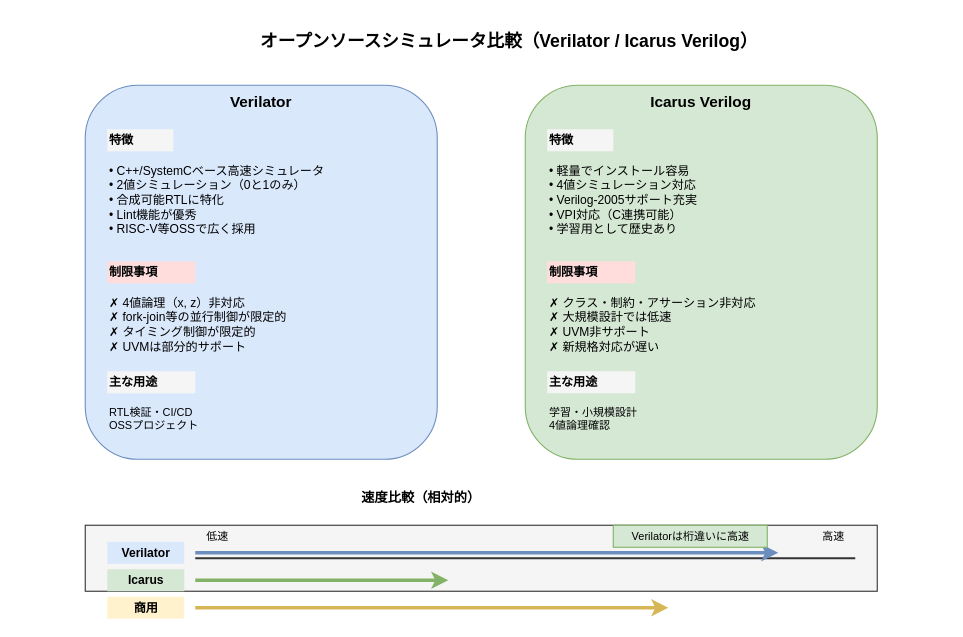
aquaxis/webdoc keeps this draw.io diagram as images/systemverilog-guidebook/ch02_opensource_simulators.drawio. Above is the earlier version. Source tidied: cells renumbered, new cells numbered last; positions are measured from the earlier drawing's top-left corner, leaving out a move shared by most shapes. Both pictures are drawn from the tidied source at 110%, with x=0, y=0 at pixel (85, 19).
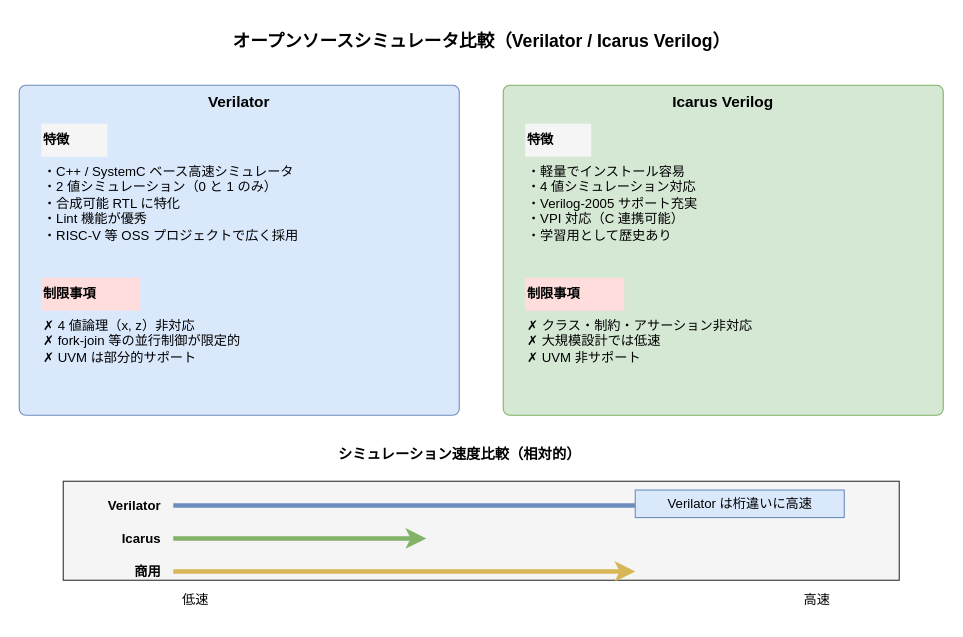
The same diagram, later.

The edit, as a diff of the source:
```diff
@@
     <mxCell id="2" value="&lt;b&gt;オープンソースシミュレータ比較（Verilator / Icarus Verilog）&lt;/b&gt;" style="text;html=1;align=center;verticalAlign=middle;strokeColor=none;fillColor=none;fontSize=16;" parent="1" vertex="1">
-      <mxGeometry x="110" width="550" height="40" as="geometry" />
+      <mxGeometry x="80" width="560" height="40" as="geometry" />
     </mxCell>
-    <mxCell id="3" value="&lt;b&gt;Verilator&lt;/b&gt;" style="rounded=1;whiteSpace=wrap;html=1;fillColor=#dae8fc;strokeColor=#6c8ebf;fontSize=14;verticalAlign=top;" parent="1" vertex="1">
-      <mxGeometry y="60" width="320" height="340" as="geometry" />
+    <mxCell id="3" value="&lt;b&gt;Verilator&lt;/b&gt;" style="rounded=1;arcSize=2;whiteSpace=wrap;html=1;fillColor=#dae8fc;strokeColor=#6c8ebf;fontSize=14;verticalAlign=top;" parent="1" vertex="1">
+      <mxGeometry x="-60" y="60" width="400" height="300" as="geometry" />
     </mxCell>
-    <mxCell id="4" value="&lt;b&gt;Icarus Verilog&lt;/b&gt;" style="rounded=1;whiteSpace=wrap;html=1;fillColor=#d5e8d4;strokeColor=#82b366;fontSize=14;verticalAlign=top;" parent="1" vertex="1">
-      <mxGeometry x="400" y="60" width="320" height="340" as="geometry" />
+    <mxCell id="4" value="&lt;b&gt;Icarus Verilog&lt;/b&gt;" style="rounded=1;arcSize=2;whiteSpace=wrap;html=1;fillColor=#d5e8d4;strokeColor=#82b366;fontSize=14;verticalAlign=top;" parent="1" vertex="1">
+      <mxGeometry x="380" y="60" width="400" height="300" as="geometry" />
     </mxCell>
-    <mxCell id="5" value="&lt;b&gt;特徴&lt;/b&gt;" style="text;html=1;align=left;verticalAlign=middle;strokeColor=none;fillColor=#f5f5f5;fontSize=11;fontStyle=1;" parent="1" vertex="1">
-      <mxGeometry x="20" y="100" width="60" height="20" as="geometry" />
+    <mxCell id="5" value="&lt;b&gt;特徴&lt;/b&gt;" style="text;html=1;align=left;verticalAlign=middle;strokeColor=none;fillColor=#f5f5f5;fontSize=12;fontStyle=1;" parent="1" vertex="1">
+      <mxGeometry x="-40" y="95" width="60" height="30" as="geometry" />
     </mxCell>
-    <mxCell id="6" value="• C++/SystemCベース高速シミュレータ&lt;br&gt;• 2値シミュレーション（0と1のみ）&lt;br&gt;• 合成可能RTLに特化&lt;br&gt;• Lint機能が優秀&lt;br&gt;• RISC-V等OSSで広く採用" style="text;html=1;align=left;verticalAlign=top;strokeColor=none;fillColor=none;fontSize=11;" parent="1" vertex="1">
-      <mxGeometry x="20" y="125" width="240" height="80" as="geometry" />
+    <mxCell id="6" value="・C++ / SystemC ベース高速シミュレータ&lt;br&gt;・2 値シミュレーション（0 と 1 のみ）&lt;br&gt;・合成可能 RTL に特化&lt;br&gt;・Lint 機能が優秀&lt;br&gt;・RISC-V 等 OSS プロジェクトで広く採用" style="text;html=1;align=left;verticalAlign=top;strokeColor=none;fillColor=none;fontSize=12;" parent="1" vertex="1">
+      <mxGeometry x="-40" y="125" width="340" height="100" as="geometry" />
     </mxCell>
-    <mxCell id="7" value="&lt;b&gt;特徴&lt;/b&gt;" style="text;html=1;align=left;verticalAlign=middle;strokeColor=none;fillColor=#f5f5f5;fontSize=11;fontStyle=1;" parent="1" vertex="1">
-      <mxGeometry x="420" y="100" width="60" height="20" as="geometry" />
+    <mxCell id="7" value="&lt;b&gt;特徴&lt;/b&gt;" style="text;html=1;align=left;verticalAlign=middle;strokeColor=none;fillColor=#f5f5f5;fontSize=12;fontStyle=1;" parent="1" vertex="1">
+      <mxGeometry x="400" y="95" width="60" height="30" as="geometry" />
     </mxCell>
-    <mxCell id="8" value="• 軽量でインストール容易&lt;br&gt;• 4値シミュレーション対応&lt;br&gt;• Verilog-2005サポート充実&lt;br&gt;• VPI対応（C連携可能）&lt;br&gt;• 学習用として歴史あり" style="text;html=1;align=left;verticalAlign=top;strokeColor=none;fillColor=none;fontSize=11;" parent="1" vertex="1">
-      <mxGeometry x="420" y="125" width="240" height="80" as="geometry" />
+    <mxCell id="8" value="・軽量でインストール容易&lt;br&gt;・4 値シミュレーション対応&lt;br&gt;・Verilog-2005 サポート充実&lt;br&gt;・VPI 対応（C 連携可能）&lt;br&gt;・学習用として歴史あり" style="text;html=1;align=left;verticalAlign=top;strokeColor=none;fillColor=none;fontSize=12;" parent="1" vertex="1">
+      <mxGeometry x="400" y="125" width="340" height="100" as="geometry" />
     </mxCell>
-    <mxCell id="9" value="&lt;b&gt;制限事項&lt;/b&gt;" style="text;html=1;align=left;verticalAlign=middle;strokeColor=none;fillColor=#ffdddd;fontSize=11;fontStyle=1;" parent="1" vertex="1">
-      <mxGeometry x="20" y="220" width="80" height="20" as="geometry" />
+    <mxCell id="9" value="&lt;b&gt;制限事項&lt;/b&gt;" style="text;html=1;align=left;verticalAlign=middle;strokeColor=none;fillColor=#ffdddd;fontSize=12;fontStyle=1;" parent="1" vertex="1">
+      <mxGeometry x="-40" y="235" width="90" height="30" as="geometry" />
     </mxCell>
-    <mxCell id="10" value="✗ 4値論理（x, z）非対応&lt;br&gt;✗ fork-join等の並行制御が限定的&lt;br&gt;✗ タイミング制御が限定的&lt;br&gt;✗ UVMは部分的サポート" style="text;html=1;align=left;verticalAlign=top;strokeColor=none;fillColor=none;fontSize=11;" parent="1" vertex="1">
-      <mxGeometry x="20" y="245" width="250" height="60" as="geometry" />
+    <mxCell id="10" value="✗ 4 値論理（x, z）非対応&lt;br&gt;✗ fork-join 等の並行制御が限定的&lt;br&gt;✗ UVM は部分的サポート" style="text;html=1;align=left;verticalAlign=top;strokeColor=none;fillColor=none;fontSize=12;" parent="1" vertex="1">
+      <mxGeometry x="-40" y="265" width="300" height="60" as="geometry" />
     </mxCell>
-    <mxCell id="11" value="&lt;b&gt;制限事項&lt;/b&gt;" style="text;html=1;align=left;verticalAlign=middle;strokeColor=none;fillColor=#ffdddd;fontSize=11;fontStyle=1;" parent="1" vertex="1">
-      <mxGeometry x="420" y="220" width="80" height="20" as="geometry" />
+    <mxCell id="11" value="&lt;b&gt;制限事項&lt;/b&gt;" style="text;html=1;align=left;verticalAlign=middle;strokeColor=none;fillColor=#ffdddd;fontSize=12;fontStyle=1;" parent="1" vertex="1">
+      <mxGeometry x="400" y="235" width="90" height="30" as="geometry" />
     </mxCell>
-    <mxCell id="12" value="✗ クラス・制約・アサーション非対応&lt;br&gt;✗ 大規模設計では低速&lt;br&gt;✗ UVM非サポート&lt;br&gt;✗ 新規格対応が遅い" style="text;html=1;align=left;verticalAlign=top;strokeColor=none;fillColor=none;fontSize=11;" parent="1" vertex="1">
-      <mxGeometry x="420" y="245" width="250" height="60" as="geometry" />
+    <mxCell id="12" value="✗ クラス・制約・アサーション非対応&lt;br&gt;✗ 大規模設計では低速&lt;br&gt;✗ UVM 非サポート" style="text;html=1;align=left;verticalAlign=top;strokeColor=none;fillColor=none;fontSize=12;" parent="1" vertex="1">
+      <mxGeometry x="400" y="265" width="300" height="60" as="geometry" />
     </mxCell>
-    <mxCell id="13" value="&lt;b&gt;主な用途&lt;/b&gt;" style="text;html=1;align=left;verticalAlign=middle;strokeColor=none;fillColor=#f5f5f5;fontSize=11;fontStyle=1;" parent="1" vertex="1">
-      <mxGeometry x="20" y="320" width="80" height="20" as="geometry" />
-    </mxCell>
-    <mxCell id="14" value="RTL検証・CI/CD&lt;br&gt;OSSプロジェクト" style="text;html=1;align=left;verticalAlign=top;strokeColor=none;fillColor=none;fontSize=10;" parent="1" vertex="1">
-      <mxGeometry x="20" y="345" width="140" height="30" as="geometry" />
-    </mxCell>
-    <mxCell id="15" value="&lt;b&gt;主な用途&lt;/b&gt;" style="text;html=1;align=left;verticalAlign=middle;strokeColor=none;fillColor=#f5f5f5;fontSize=11;fontStyle=1;" parent="1" vertex="1">
-      <mxGeometry x="420" y="320" width="80" height="20" as="geometry" />
-    </mxCell>
-    <mxCell id="16" value="学習・小規模設計&lt;br&gt;4値論理確認" style="text;html=1;align=left;verticalAlign=top;strokeColor=none;fillColor=none;fontSize=10;" parent="1" vertex="1">
-      <mxGeometry x="420" y="345" width="140" height="30" as="geometry" />
-    </mxCell>
-    <mxCell id="17" value="&lt;b&gt;速度比較（相対的）&lt;/b&gt;" style="text;html=1;align=center;verticalAlign=middle;strokeColor=none;fillColor=none;fontSize=12;fontStyle=1;" parent="1" vertex="1">
-      <mxGeometry x="230" y="420" width="150" height="30" as="geometry" />
+    <mxCell id="17" value="&lt;b&gt;シミュレーション速度比較（相対的）&lt;/b&gt;" style="text;html=1;align=center;verticalAlign=middle;strokeColor=none;fillColor=none;fontSize=13;fontStyle=1;" parent="1" vertex="1">
+      <mxGeometry x="200" y="380" width="280" height="30" as="geometry" />
     </mxCell>
     <mxCell id="18" style="rounded=0;whiteSpace=wrap;html=1;strokeColor=#333333;fillColor=#f5f5f5;" parent="1" vertex="1">
-      <mxGeometry y="460" width="720" height="60" as="geometry" />
+      <mxGeometry x="-20" y="420" width="760" height="90" as="geometry" />
     </mxCell>
-    <mxCell id="19" value="Verilator" style="text;html=1;align=center;verticalAlign=middle;strokeColor=none;fillColor=#dae8fc;fontSize=11;fontStyle=1;" parent="1" vertex="1">
-      <mxGeometry x="20" y="475" width="70" height="20" as="geometry" />
+    <mxCell id="19" value="&lt;b&gt;Verilator&lt;/b&gt;" style="text;html=1;align=right;verticalAlign=middle;strokeColor=none;fillColor=none;fontSize=12;fontStyle=1;" parent="1" vertex="1">
+      <mxGeometry x="-10" y="430" width="80" height="25" as="geometry" />
     </mxCell>
-    <mxCell id="20" value="Icarus" style="text;html=1;align=center;verticalAlign=middle;strokeColor=none;fillColor=#d5e8d4;fontSize=11;fontStyle=1;" parent="1" vertex="1">
-      <mxGeometry x="20" y="500" width="70" height="20" as="geometry" />
+    <mxCell id="20" value="&lt;b&gt;Icarus&lt;/b&gt;" style="text;html=1;align=right;verticalAlign=middle;strokeColor=none;fillColor=none;fontSize=12;fontStyle=1;" parent="1" vertex="1">
+      <mxGeometry x="-10" y="460" width="80" height="25" as="geometry" />
     </mxCell>
-    <mxCell id="21" value="商用" style="text;html=1;align=center;verticalAlign=middle;strokeColor=none;fillColor=#fff2cc;fontSize=11;fontStyle=1;" parent="1" vertex="1">
-      <mxGeometry x="20" y="525" width="70" height="20" as="geometry" />
+    <mxCell id="21" value="&lt;b&gt;商用&lt;/b&gt;" style="text;html=1;align=right;verticalAlign=middle;strokeColor=none;fillColor=none;fontSize=12;fontStyle=1;" parent="1" vertex="1">
+      <mxGeometry x="-10" y="490" width="80" height="25" as="geometry" />
     </mxCell>
-    <mxCell id="22" style="endArrow=none;html=1;strokeWidth=2;strokeColor=#333333;" parent="1" edge="1">
-      <mxGeometry relative="1" as="geometry">
-        <mxPoint x="100" y="490" as="sourcePoint" />
-        <mxPoint x="700" y="490" as="targetPoint" />
-      </mxGeometry>
-    </mxCell>
-    <mxCell id="23" value="低速" style="text;html=1;align=center;verticalAlign=middle;strokeColor=none;fillColor=none;fontSize=10;" parent="1" vertex="1">
-      <mxGeometry x="100" y="460" width="40" height="20" as="geometry" />
-    </mxCell>
-    <mxCell id="24" value="高速" style="text;html=1;align=center;verticalAlign=middle;strokeColor=none;fillColor=none;fontSize=10;" parent="1" vertex="1">
-      <mxGeometry x="660" y="460" width="40" height="20" as="geometry" />
-    </mxCell>
-    <mxCell id="25" style="endArrow=classic;html=1;strokeWidth=3;strokeColor=#6c8ebf;fillColor=#dae8fc;" parent="1" edge="1">
+    <mxCell id="25" style="endArrow=classic;html=1;strokeWidth=4;strokeColor=#6c8ebf;fillColor=#dae8fc;" parent="1" edge="1">
       <mxGeometry relative="1" as="geometry">
-        <mxPoint x="100" y="485" as="sourcePoint" />
-        <mxPoint x="630" y="485" as="targetPoint" />
+        <mxPoint x="80" y="442" as="sourcePoint" />
+        <mxPoint x="660" y="442" as="targetPoint" />
       </mxGeometry>
     </mxCell>
-    <mxCell id="26" style="endArrow=classic;html=1;strokeWidth=3;strokeColor=#82b366;fillColor=#d5e8d4;" parent="1" edge="1">
+    <mxCell id="26" style="endArrow=classic;html=1;strokeWidth=4;strokeColor=#82b366;fillColor=#d5e8d4;" parent="1" edge="1">
       <mxGeometry relative="1" as="geometry">
-        <mxPoint x="100" y="510" as="sourcePoint" />
-        <mxPoint x="330" y="510" as="targetPoint" />
+        <mxPoint x="80" y="472" as="sourcePoint" />
+        <mxPoint x="310" y="472" as="targetPoint" />
       </mxGeometry>
     </mxCell>
-    <mxCell id="27" style="endArrow=classic;html=1;strokeWidth=3;strokeColor=#d6b656;fillColor=#fff2cc;" parent="1" edge="1">
+    <mxCell id="27" style="endArrow=classic;html=1;strokeWidth=4;strokeColor=#d6b656;fillColor=#fff2cc;" parent="1" edge="1">
       <mxGeometry relative="1" as="geometry">
-        <mxPoint x="100" y="535" as="sourcePoint" />
-        <mxPoint x="530" y="535" as="targetPoint" />
+        <mxPoint x="80" y="502" as="sourcePoint" />
+        <mxPoint x="500" y="502" as="targetPoint" />
       </mxGeometry>
     </mxCell>
+    <mxCell id="23" value="低速" style="text;html=1;align=center;verticalAlign=middle;strokeColor=none;fillColor=none;fontSize=12;" parent="1" vertex="1">
+      <mxGeometry x="75" y="515" width="50" height="25" as="geometry" />
+    </mxCell>
+    <mxCell id="24" value="高速" style="text;html=1;align=center;verticalAlign=middle;strokeColor=none;fillColor=none;fontSize=12;" parent="1" vertex="1">
+      <mxGeometry x="640" y="515" width="50" height="25" as="geometry" />
+    </mxCell>
-    <mxCell id="28" value="Verilatorは桁違いに高速" style="text;html=1;align=center;verticalAlign=middle;strokeColor=#82b366;fillColor=#d5e8d4;fontSize=10;" parent="1" vertex="1">
-      <mxGeometry x="480" y="460" width="140" height="20" as="geometry" />
+    <mxCell id="28" value="Verilator は桁違いに高速" style="text;html=1;align=center;verticalAlign=middle;strokeColor=#6c8ebf;fillColor=#dae8fc;fontSize=12;" parent="1" vertex="1">
+      <mxGeometry x="500" y="428" width="190" height="25" as="geometry" />
     </mxCell>
```
